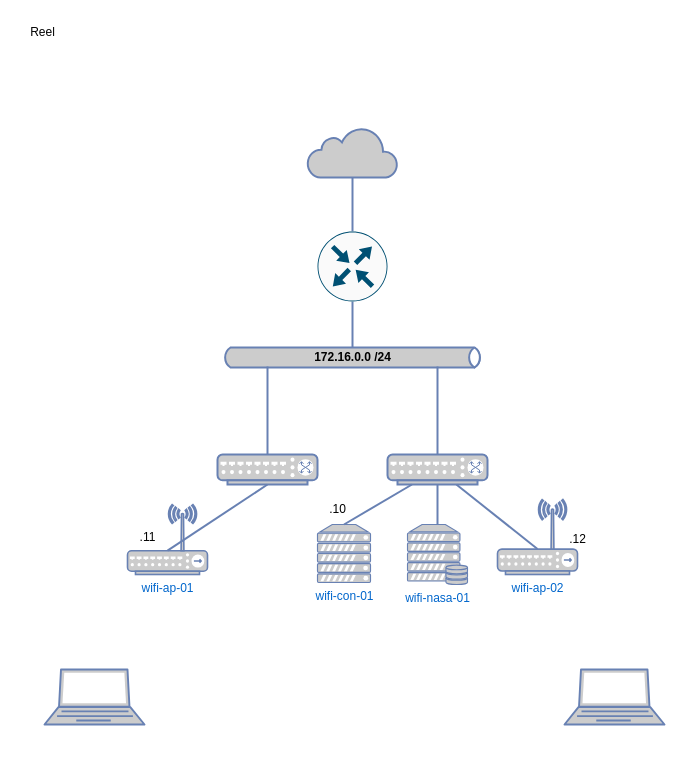
CrazyKarpet/we-fist keeps this draw.io diagram as schema/wifi.drawio. Above is the earlier version. Source tidied: cells renumbered, new cells numbered last; positions are measured from the earlier drawing's top-left corner, leaving out a move shared by most shapes. Both pictures are drawn from the tidied source at 100%, with x=0, y=0 at pixel (17, 17).
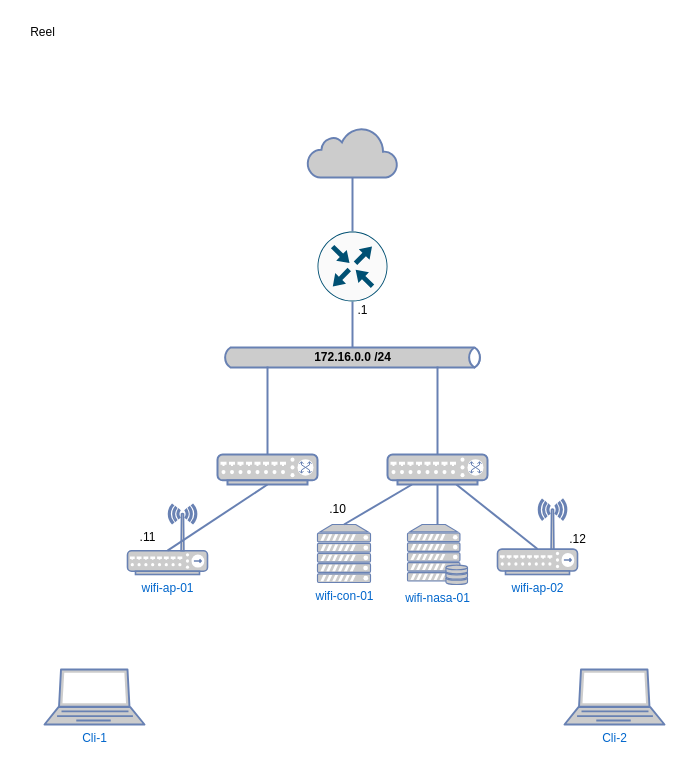
Above is the later version.

Change to the diagram source:
```diff
@@
-    <mxCell id="9" style="fontColor=#0066CC;verticalAlign=top;verticalLabelPosition=bottom;labelPosition=center;align=center;html=1;fillColor=#CCCCCC;strokeColor=#6881B3;gradientColor=none;gradientDirection=north;strokeWidth=2;shape=mxgraph.networks.laptop;" parent="1" vertex="1">
+    <mxCell id="9" value="Cli-1" style="fontColor=#0066CC;verticalAlign=top;verticalLabelPosition=bottom;labelPosition=center;align=center;html=1;fillColor=#CCCCCC;strokeColor=#6881B3;gradientColor=none;gradientDirection=north;strokeWidth=2;shape=mxgraph.networks.laptop;" parent="1" vertex="1">
       <mxGeometry x="27" y="652" width="100" height="55" as="geometry" />
     </mxCell>
-    <mxCell id="10" style="fontColor=#0066CC;verticalAlign=top;verticalLabelPosition=bottom;labelPosition=center;align=center;html=1;fillColor=#CCCCCC;strokeColor=#6881B3;gradientColor=none;gradientDirection=north;strokeWidth=2;shape=mxgraph.networks.laptop;" parent="1" vertex="1">
+    <mxCell id="10" value="Cli-2" style="fontColor=#0066CC;verticalAlign=top;verticalLabelPosition=bottom;labelPosition=center;align=center;html=1;fillColor=#CCCCCC;strokeColor=#6881B3;gradientColor=none;gradientDirection=north;strokeWidth=2;shape=mxgraph.networks.laptop;" parent="1" vertex="1">
       <mxGeometry x="547" y="652" width="100" height="55" as="geometry" />
     </mxCell>
@@
+    <mxCell id="25" value=".1" style="text;html=1;align=center;verticalAlign=middle;strokeColor=none;fillColor=none;" parent="1" vertex="1">
+      <mxGeometry x="330" y="278" width="30" height="30" as="geometry" />
+    </mxCell>
```
